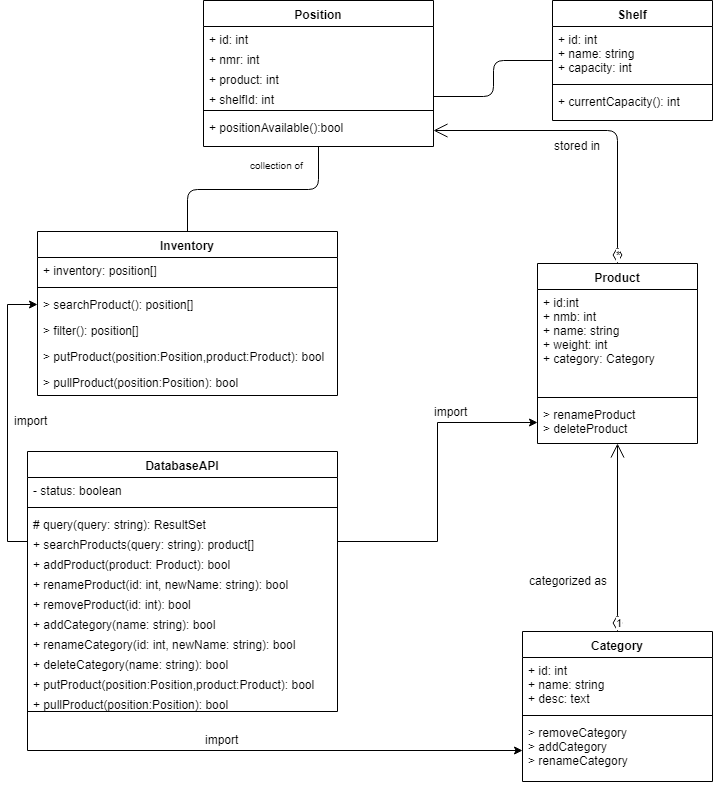
This is mockups/UML Klassendiagram.png from callidaria/pen-testing, a draw.io export, as it was before one commit. Source tidied: cells renumbered, new cells last; positions are measured from the earlier drawing's top-left corner, leaving out a move shared by most shapes. The source it was exported from:
```xml
<mxGraphModel>
  <root>
    <mxCell id="0" />
    <mxCell id="1" parent="0" />
    <mxCell id="2" value="Shelf" style="swimlane;fontStyle=1;align=center;verticalAlign=top;horizontal=1;startSize=26;" parent="1" vertex="1">
      <mxGeometry x="540" width="160" height="120" as="geometry" />
    </mxCell>
    <mxCell id="3" value="+ id: int&#10;+ name: string&#10;+ capacity: int" style="text;strokeColor=none;fillColor=none;align=left;verticalAlign=top;spacingLeft=4;spacingRight=4;overflow=hidden;" parent="2" vertex="1">
      <mxGeometry y="26" width="160" height="54" as="geometry" />
    </mxCell>
    <mxCell id="4" style="line;strokeWidth=1;fillColor=none;align=left;verticalAlign=middle;spacingTop=-1;spacingLeft=3;spacingRight=3;labelPosition=right;" parent="2" vertex="1">
      <mxGeometry y="80" width="160" height="8" as="geometry" />
    </mxCell>
    <mxCell id="5" value="+ currentCapacity(): int" style="text;strokeColor=none;fillColor=none;align=left;verticalAlign=top;spacingLeft=4;spacingRight=4;overflow=hidden;" parent="2" vertex="1">
      <mxGeometry y="88" width="160" height="32" as="geometry" />
    </mxCell>
    <mxCell id="6" value="Position" style="swimlane;fontStyle=1;align=center;verticalAlign=top;horizontal=1;startSize=26;" parent="1" vertex="1">
      <mxGeometry x="191" width="230" height="146" as="geometry" />
    </mxCell>
    <mxCell id="7" value="+ id: int" style="text;strokeColor=none;fillColor=none;align=left;verticalAlign=top;spacingLeft=4;spacingRight=4;overflow=hidden;" parent="6" vertex="1">
      <mxGeometry y="26" width="230" height="20" as="geometry" />
    </mxCell>
    <mxCell id="8" value="+ nmr: int" style="text;strokeColor=none;fillColor=none;align=left;verticalAlign=top;spacingLeft=4;spacingRight=4;overflow=hidden;" parent="6" vertex="1">
      <mxGeometry y="46" width="230" height="20" as="geometry" />
    </mxCell>
    <mxCell id="9" value="+ product: int" style="text;strokeColor=none;fillColor=none;align=left;verticalAlign=top;spacingLeft=4;spacingRight=4;overflow=hidden;" parent="6" vertex="1">
      <mxGeometry y="66" width="230" height="20" as="geometry" />
    </mxCell>
    <mxCell id="10" value="+ shelfId: int" style="text;strokeColor=none;fillColor=none;align=left;verticalAlign=top;spacingLeft=4;spacingRight=4;overflow=hidden;points=[[0,0.5],[1,0.5]];portConstraint=eastwest;" parent="6" vertex="1">
      <mxGeometry y="86" width="230" height="20" as="geometry" />
    </mxCell>
    <mxCell id="11" style="line;strokeWidth=1;fillColor=none;align=left;verticalAlign=middle;spacingTop=-1;spacingLeft=3;spacingRight=3;labelPosition=right;" parent="6" vertex="1">
      <mxGeometry y="106" width="230" height="8" as="geometry" />
    </mxCell>
    <mxCell id="12" value="+ positionAvailable():bool" style="text;strokeColor=none;fillColor=none;align=left;verticalAlign=top;spacingLeft=4;spacingRight=4;overflow=hidden;points=[[0,0.5],[1,0.5]];portConstraint=eastwest;" parent="6" vertex="1">
      <mxGeometry y="114" width="230" height="32" as="geometry" />
    </mxCell>
    <mxCell id="13" value="Product" style="swimlane;fontStyle=1;align=center;verticalAlign=top;horizontal=1;startSize=26;" parent="1" vertex="1">
      <mxGeometry x="525" y="263" width="160" height="180" as="geometry" />
    </mxCell>
    <mxCell id="14" value="+ id:int&#10;+ nmb: int&#10;+ name: string&#10;+ weight: int&#10;+ category: Category" style="text;strokeColor=none;fillColor=none;align=left;verticalAlign=top;spacingLeft=4;spacingRight=4;overflow=hidden;" parent="13" vertex="1">
      <mxGeometry y="26" width="160" height="104" as="geometry" />
    </mxCell>
    <mxCell id="15" style="line;strokeWidth=1;fillColor=none;align=left;verticalAlign=middle;spacingTop=-1;spacingLeft=3;spacingRight=3;labelPosition=right;" parent="13" vertex="1">
      <mxGeometry y="130" width="160" height="8" as="geometry" />
    </mxCell>
    <mxCell id="16" value="&gt; renameProduct&#10;&gt; deleteProduct" style="text;strokeColor=none;fillColor=none;align=left;verticalAlign=top;spacingLeft=4;spacingRight=4;overflow=hidden;points=[[0,0.5],[1,0.5]];portConstraint=eastwest;" parent="13" vertex="1">
      <mxGeometry y="138" width="160" height="42" as="geometry" />
    </mxCell>
    <mxCell id="17" value="Category" style="swimlane;fontStyle=1;align=center;verticalAlign=top;horizontal=1;startSize=26;" parent="1" vertex="1">
      <mxGeometry x="510" y="631" width="190" height="150" as="geometry" />
    </mxCell>
    <mxCell id="18" value="+ id: int&#10;+ name: string&#10;+ desc: text" style="text;strokeColor=none;fillColor=none;align=left;verticalAlign=top;spacingLeft=4;spacingRight=4;overflow=hidden;" parent="17" vertex="1">
      <mxGeometry y="26" width="190" height="54" as="geometry" />
    </mxCell>
    <mxCell id="19" style="line;strokeWidth=1;fillColor=none;align=left;verticalAlign=middle;spacingTop=-1;spacingLeft=3;spacingRight=3;labelPosition=right;" parent="17" vertex="1">
      <mxGeometry y="80" width="190" height="8" as="geometry" />
    </mxCell>
    <mxCell id="20" value="&gt; removeCategory&#10;&gt; addCategory&#10;&gt; renameCategory" style="text;strokeColor=none;fillColor=none;align=left;verticalAlign=top;spacingLeft=4;spacingRight=4;overflow=hidden;points=[[0,0.5],[1,0.5]];portConstraint=eastwest;" parent="17" vertex="1">
      <mxGeometry y="88" width="190" height="62" as="geometry" />
    </mxCell>
    <mxCell id="21" value="categorized as" style="text;html=1;align=left;verticalAlign=top;spacingTop=-4;" parent="1" vertex="1">
      <mxGeometry x="515" y="571" width="90" height="20" as="geometry" />
    </mxCell>
    <mxCell id="22" style="edgeStyle=orthogonalEdgeStyle;rounded=0;jettySize=auto;html=1;exitX=0;exitY=0.5;exitDx=0;exitDy=0;entryX=0;entryY=0.5;entryDx=0;entryDy=0;" parent="1" edge="1" source="27" target="43">
      <mxGeometry relative="1" as="geometry" />
    </mxCell>
    <mxCell id="23" value="DatabaseAPI" style="swimlane;fontStyle=1;align=center;verticalAlign=top;horizontal=1;startSize=26;" parent="1" vertex="1">
      <mxGeometry x="15" y="451" width="310" height="260" as="geometry" />
    </mxCell>
    <mxCell id="24" value="- status: boolean" style="text;strokeColor=none;fillColor=none;align=left;verticalAlign=top;spacingLeft=4;spacingRight=4;overflow=hidden;" parent="23" vertex="1">
      <mxGeometry y="26" width="310" height="26" as="geometry" />
    </mxCell>
    <mxCell id="25" style="line;strokeWidth=1;fillColor=none;align=left;verticalAlign=middle;spacingTop=-1;spacingLeft=3;spacingRight=3;labelPosition=right;" parent="23" vertex="1">
      <mxGeometry y="52" width="310" height="8" as="geometry" />
    </mxCell>
    <mxCell id="26" value="# query(query: string): ResultSet" style="text;strokeColor=none;fillColor=none;align=left;verticalAlign=top;spacingLeft=4;spacingRight=4;overflow=hidden;" parent="23" vertex="1">
      <mxGeometry y="60" width="310" height="20" as="geometry" />
    </mxCell>
    <mxCell id="27" value="+ searchProducts(query: string): product[]" style="text;strokeColor=none;fillColor=none;align=left;verticalAlign=top;spacingLeft=4;spacingRight=4;overflow=hidden;points=[[0,0.5],[1,0.5]];portConstraint=eastwest;" parent="23" vertex="1">
      <mxGeometry y="80" width="310" height="20" as="geometry" />
    </mxCell>
    <mxCell id="28" value="+ addProduct(product: Product): bool" style="text;strokeColor=none;fillColor=none;align=left;verticalAlign=top;spacingLeft=4;spacingRight=4;overflow=hidden;" parent="23" vertex="1">
      <mxGeometry y="100" width="310" height="20" as="geometry" />
    </mxCell>
    <mxCell id="29" value="+ renameProduct(id: int, newName: string): bool" style="text;strokeColor=none;fillColor=none;align=left;verticalAlign=top;spacingLeft=4;spacingRight=4;overflow=hidden;" parent="23" vertex="1">
      <mxGeometry y="120" width="310" height="20" as="geometry" />
    </mxCell>
    <mxCell id="30" value="+ removeProduct(id: int): bool" style="text;strokeColor=none;fillColor=none;align=left;verticalAlign=top;spacingLeft=4;spacingRight=4;overflow=hidden;" parent="23" vertex="1">
      <mxGeometry y="140" width="310" height="20" as="geometry" />
    </mxCell>
    <mxCell id="31" value="+ addCategory(name: string): bool" style="text;strokeColor=none;fillColor=none;align=left;verticalAlign=top;spacingLeft=4;spacingRight=4;overflow=hidden;" parent="23" vertex="1">
      <mxGeometry y="160" width="310" height="20" as="geometry" />
    </mxCell>
    <mxCell id="32" value="+ renameCategory(id: int, newName: string): bool" style="text;strokeColor=none;fillColor=none;align=left;verticalAlign=top;spacingLeft=4;spacingRight=4;overflow=hidden;" parent="23" vertex="1">
      <mxGeometry y="180" width="310" height="20" as="geometry" />
    </mxCell>
    <mxCell id="33" value="+ deleteCategory(name: string): bool" style="text;strokeColor=none;fillColor=none;align=left;verticalAlign=top;spacingLeft=4;spacingRight=4;overflow=hidden;" parent="23" vertex="1">
      <mxGeometry y="200" width="310" height="20" as="geometry" />
    </mxCell>
    <mxCell id="34" value="+ putProduct(position:Position,product:Product): bool" style="text;strokeColor=none;fillColor=none;align=left;verticalAlign=top;spacingLeft=4;spacingRight=4;overflow=hidden;" parent="23" vertex="1">
      <mxGeometry y="220" width="310" height="20" as="geometry" />
    </mxCell>
    <mxCell id="35" value="+ pullProduct(position:Position): bool" style="text;strokeColor=none;fillColor=none;align=left;verticalAlign=top;spacingLeft=4;spacingRight=4;overflow=hidden;" parent="23" vertex="1">
      <mxGeometry y="240" width="310" height="20" as="geometry" />
    </mxCell>
    <mxCell id="36" value="*" style="endArrow=open;html=1;endSize=12;startArrow=diamondThin;startSize=14;startFill=0;edgeStyle=orthogonalEdgeStyle;align=left;verticalAlign=bottom;exitX=0.5;exitY=0;exitDx=0;exitDy=0;" parent="1" edge="1" source="13" target="12">
      <mxGeometry x="-1" y="3" relative="1" as="geometry" />
    </mxCell>
    <mxCell id="37" value="1" style="endArrow=open;html=1;endSize=12;startArrow=diamondThin;startSize=14;startFill=0;edgeStyle=orthogonalEdgeStyle;align=left;verticalAlign=bottom;" parent="1" edge="1" source="17" target="13">
      <mxGeometry x="-1" y="3" relative="1" as="geometry" />
    </mxCell>
    <mxCell id="38" style="endArrow=none;html=1;edgeStyle=orthogonalEdgeStyle;" parent="1" edge="1" source="2" target="10">
      <mxGeometry relative="1" as="geometry" />
    </mxCell>
    <mxCell id="39" value="stored in" style="text;html=1;align=left;verticalAlign=top;spacingTop=-4;" parent="1" vertex="1">
      <mxGeometry x="540" y="136" width="60" height="20" as="geometry" />
    </mxCell>
    <mxCell id="40" value="Inventory" style="swimlane;fontStyle=1;align=center;verticalAlign=top;horizontal=1;startSize=26;" parent="1" vertex="1">
      <mxGeometry x="25" y="231" width="300" height="164" as="geometry" />
    </mxCell>
    <mxCell id="41" value="+ inventory: position[]" style="text;strokeColor=none;fillColor=none;align=left;verticalAlign=top;spacingLeft=4;spacingRight=4;overflow=hidden;" parent="40" vertex="1">
      <mxGeometry y="26" width="300" height="26" as="geometry" />
    </mxCell>
    <mxCell id="42" style="line;strokeWidth=1;fillColor=none;align=left;verticalAlign=middle;spacingTop=-1;spacingLeft=3;spacingRight=3;labelPosition=right;" parent="40" vertex="1">
      <mxGeometry y="52" width="300" height="8" as="geometry" />
    </mxCell>
    <mxCell id="43" value="&gt; searchProduct(): position[]" style="text;strokeColor=none;fillColor=none;align=left;verticalAlign=top;spacingLeft=4;spacingRight=4;overflow=hidden;points=[[0,0.5],[1,0.5]];portConstraint=eastwest;" parent="40" vertex="1">
      <mxGeometry y="60" width="300" height="26" as="geometry" />
    </mxCell>
    <mxCell id="44" value="&gt; filter(): position[]" style="text;strokeColor=none;fillColor=none;align=left;verticalAlign=top;spacingLeft=4;spacingRight=4;overflow=hidden;" parent="40" vertex="1">
      <mxGeometry y="86" width="300" height="26" as="geometry" />
    </mxCell>
    <mxCell id="45" value="&gt; putProduct(position:Position,product:Product): bool" style="text;strokeColor=none;fillColor=none;align=left;verticalAlign=top;spacingLeft=4;spacingRight=4;overflow=hidden;" parent="40" vertex="1">
      <mxGeometry y="112" width="300" height="26" as="geometry" />
    </mxCell>
    <mxCell id="46" value="&gt; pullProduct(position:Position): bool" style="text;strokeColor=none;fillColor=none;align=left;verticalAlign=top;spacingLeft=4;spacingRight=4;overflow=hidden;" parent="40" vertex="1">
      <mxGeometry y="138" width="300" height="26" as="geometry" />
    </mxCell>
    <mxCell id="47" style="endArrow=none;html=1;edgeStyle=orthogonalEdgeStyle;exitX=0.5;exitY=0;exitDx=0;exitDy=0;" parent="1" edge="1" source="40" target="6">
      <mxGeometry relative="1" as="geometry" />
    </mxCell>
    <mxCell id="48" value="collection of" style="html=1;align=left;verticalAlign=bottom;labelBackgroundColor=#ffffff;fontSize=10;" parent="47" vertex="1">
      <mxGeometry x="-1" relative="1" as="geometry">
        <mxPoint x="60" y="-58.5" as="offset" />
      </mxGeometry>
    </mxCell>
    <mxCell id="49" style="html=1;align=right;verticalAlign=bottom;labelBackgroundColor=#ffffff;fontSize=10;" parent="47" vertex="1">
      <mxGeometry x="1" relative="1" as="geometry" />
    </mxCell>
    <mxCell id="50" value="import" style="text;html=1;align=left;verticalAlign=top;spacingTop=-4;" parent="1" vertex="1">
      <mxGeometry y="411" width="50" height="20" as="geometry" />
    </mxCell>
    <mxCell id="51" style="edgeStyle=orthogonalEdgeStyle;rounded=0;jettySize=auto;html=1;exitX=1;exitY=0.5;exitDx=0;exitDy=0;" parent="1" edge="1" source="27" target="16">
      <mxGeometry relative="1" as="geometry" />
    </mxCell>
    <mxCell id="52" value="import" style="text;html=1;align=left;verticalAlign=top;spacingTop=-4;" parent="1" vertex="1">
      <mxGeometry x="420" y="402" width="50" height="20" as="geometry" />
    </mxCell>
    <mxCell id="53" style="edgeStyle=orthogonalEdgeStyle;rounded=0;jettySize=auto;html=1;exitX=0;exitY=0.5;exitDx=0;exitDy=0;" parent="1" edge="1" target="20">
      <mxGeometry relative="1" as="geometry">
        <mxPoint x="15" y="621" as="sourcePoint" />
      </mxGeometry>
    </mxCell>
    <mxCell id="54" value="import" style="text;html=1;align=left;verticalAlign=top;spacingTop=-4;" parent="1" vertex="1">
      <mxGeometry x="191" y="730" width="50" height="20" as="geometry" />
    </mxCell>
  </root>
</mxGraphModel>
```
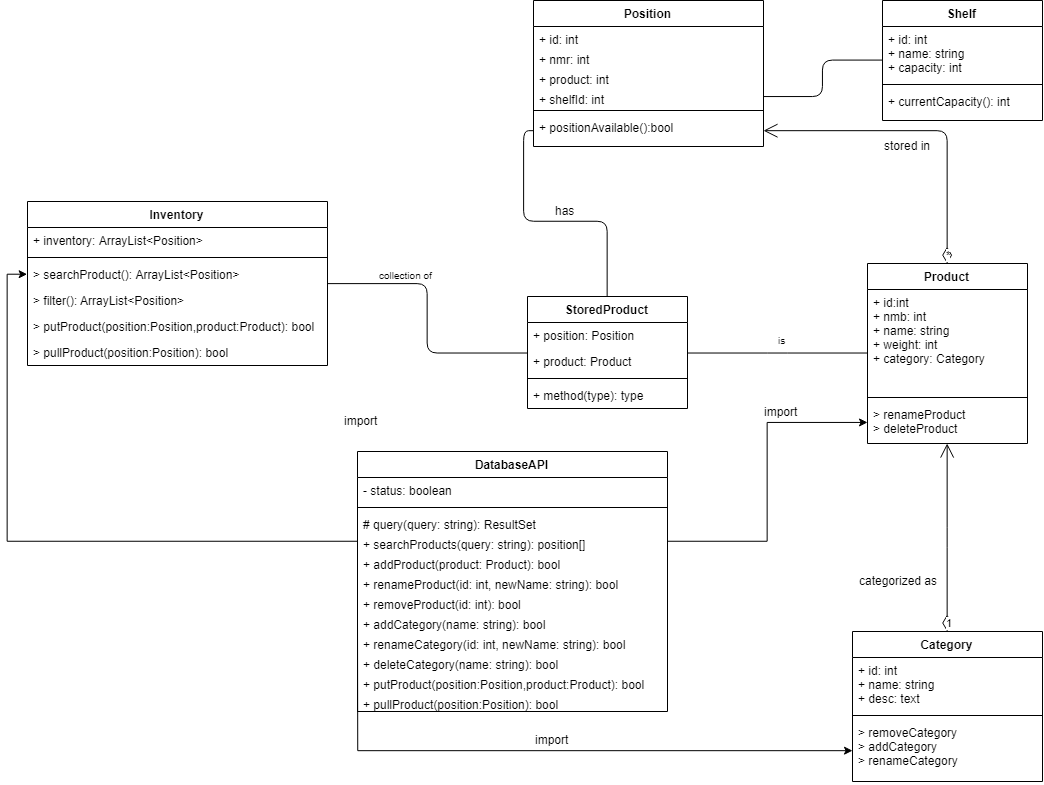
Above is the later version.

Commit message:
DB_Schema updated UML KD updated Database Class work in progress (added some basic methodes) Position Class added

What changed in the source:
```diff
@@ -77,7 +77,7 @@
     <mxCell id="26" value="# query(query: string): ResultSet" style="text;strokeColor=none;fillColor=none;align=left;verticalAlign=top;spacingLeft=4;spacingRight=4;overflow=hidden;" parent="23" vertex="1">
       <mxGeometry y="60" width="310" height="20" as="geometry" />
     </mxCell>
-    <mxCell id="27" value="+ searchProducts(query: string): product[]" style="text;strokeColor=none;fillColor=none;align=left;verticalAlign=top;spacingLeft=4;spacingRight=4;overflow=hidden;points=[[0,0.5],[1,0.5]];portConstraint=eastwest;" parent="23" vertex="1">
+    <mxCell id="27" value="+ searchProducts(query: string): position[]" style="text;strokeColor=none;fillColor=none;align=left;verticalAlign=top;spacingLeft=4;spacingRight=4;overflow=hidden;points=[[0,0.5],[1,0.5]];portConstraint=eastwest;" parent="23" vertex="1">
       <mxGeometry y="80" width="310" height="20" as="geometry" />
     </mxCell>
     <mxCell id="28" value="+ addProduct(product: Product): bool" style="text;strokeColor=none;fillColor=none;align=left;verticalAlign=top;spacingLeft=4;spacingRight=4;overflow=hidden;" parent="23" vertex="1">
@@ -117,18 +117,18 @@
       <mxGeometry x="540" y="136" width="60" height="20" as="geometry" />
     </mxCell>
     <mxCell id="40" value="Inventory" style="swimlane;fontStyle=1;align=center;verticalAlign=top;horizontal=1;startSize=26;" parent="1" vertex="1">
-      <mxGeometry x="25" y="231" width="300" height="164" as="geometry" />
+      <mxGeometry x="-315" y="201" width="300" height="164" as="geometry" />
     </mxCell>
-    <mxCell id="41" value="+ inventory: position[]" style="text;strokeColor=none;fillColor=none;align=left;verticalAlign=top;spacingLeft=4;spacingRight=4;overflow=hidden;" parent="40" vertex="1">
+    <mxCell id="41" value="+ inventory: ArrayList&lt;Position&gt;" style="text;strokeColor=none;fillColor=none;align=left;verticalAlign=top;spacingLeft=4;spacingRight=4;overflow=hidden;" parent="40" vertex="1">
       <mxGeometry y="26" width="300" height="26" as="geometry" />
     </mxCell>
     <mxCell id="42" style="line;strokeWidth=1;fillColor=none;align=left;verticalAlign=middle;spacingTop=-1;spacingLeft=3;spacingRight=3;labelPosition=right;" parent="40" vertex="1">
       <mxGeometry y="52" width="300" height="8" as="geometry" />
     </mxCell>
-    <mxCell id="43" value="&gt; searchProduct(): position[]" style="text;strokeColor=none;fillColor=none;align=left;verticalAlign=top;spacingLeft=4;spacingRight=4;overflow=hidden;points=[[0,0.5],[1,0.5]];portConstraint=eastwest;" parent="40" vertex="1">
+    <mxCell id="43" value="&gt; searchProduct(): ArrayList&lt;Position&gt;" style="text;strokeColor=none;fillColor=none;align=left;verticalAlign=top;spacingLeft=4;spacingRight=4;overflow=hidden;points=[[0,0.5],[1,0.5]];portConstraint=eastwest;" parent="40" vertex="1">
       <mxGeometry y="60" width="300" height="26" as="geometry" />
     </mxCell>
-    <mxCell id="44" value="&gt; filter(): position[]" style="text;strokeColor=none;fillColor=none;align=left;verticalAlign=top;spacingLeft=4;spacingRight=4;overflow=hidden;" parent="40" vertex="1">
+    <mxCell id="44" value="&gt; filter(): ArrayList&lt;Position&gt;" style="text;strokeColor=none;fillColor=none;align=left;verticalAlign=top;spacingLeft=4;spacingRight=4;overflow=hidden;" parent="40" vertex="1">
       <mxGeometry y="86" width="300" height="26" as="geometry" />
     </mxCell>
     <mxCell id="45" value="&gt; putProduct(position:Position,product:Product): bool" style="text;strokeColor=none;fillColor=none;align=left;verticalAlign=top;spacingLeft=4;spacingRight=4;overflow=hidden;" parent="40" vertex="1">
@@ -137,17 +137,6 @@
     <mxCell id="46" value="&gt; pullProduct(position:Position): bool" style="text;strokeColor=none;fillColor=none;align=left;verticalAlign=top;spacingLeft=4;spacingRight=4;overflow=hidden;" parent="40" vertex="1">
       <mxGeometry y="138" width="300" height="26" as="geometry" />
     </mxCell>
-    <mxCell id="47" style="endArrow=none;html=1;edgeStyle=orthogonalEdgeStyle;exitX=0.5;exitY=0;exitDx=0;exitDy=0;" parent="1" edge="1" source="40" target="6">
-      <mxGeometry relative="1" as="geometry" />
-    </mxCell>
-    <mxCell id="48" value="collection of" style="html=1;align=left;verticalAlign=bottom;labelBackgroundColor=#ffffff;fontSize=10;" parent="47" vertex="1">
-      <mxGeometry x="-1" relative="1" as="geometry">
-        <mxPoint x="60" y="-58.5" as="offset" />
-      </mxGeometry>
-    </mxCell>
-    <mxCell id="49" style="html=1;align=right;verticalAlign=bottom;labelBackgroundColor=#ffffff;fontSize=10;" parent="47" vertex="1">
-      <mxGeometry x="1" relative="1" as="geometry" />
-    </mxCell>
     <mxCell id="50" value="import" style="text;html=1;align=left;verticalAlign=top;spacingTop=-4;" parent="1" vertex="1">
       <mxGeometry y="411" width="50" height="20" as="geometry" />
     </mxCell>
@@ -165,5 +154,42 @@
     <mxCell id="54" value="import" style="text;html=1;align=left;verticalAlign=top;spacingTop=-4;" parent="1" vertex="1">
       <mxGeometry x="191" y="730" width="50" height="20" as="geometry" />
     </mxCell>
+    <mxCell id="55" value="StoredProduct" style="swimlane;fontStyle=1;align=center;verticalAlign=top;horizontal=1;startSize=26;" parent="1" vertex="1">
+      <mxGeometry x="185" y="296" width="160" height="112" as="geometry" />
+    </mxCell>
+    <mxCell id="56" value="+ position: Position" style="text;strokeColor=none;fillColor=none;align=left;verticalAlign=top;spacingLeft=4;spacingRight=4;overflow=hidden;" parent="55" vertex="1">
+      <mxGeometry y="26" width="160" height="26" as="geometry" />
+    </mxCell>
+    <mxCell id="57" value="+ product: Product" style="text;strokeColor=none;fillColor=none;align=left;verticalAlign=top;spacingLeft=4;spacingRight=4;overflow=hidden;" parent="55" vertex="1">
+      <mxGeometry y="52" width="160" height="26" as="geometry" />
+    </mxCell>
+    <mxCell id="58" style="line;strokeWidth=1;fillColor=none;align=left;verticalAlign=middle;spacingTop=-1;spacingLeft=3;spacingRight=3;labelPosition=right;" parent="55" vertex="1">
+      <mxGeometry y="78" width="160" height="8" as="geometry" />
+    </mxCell>
+    <mxCell id="59" value="+ method(type): type" style="text;strokeColor=none;fillColor=none;align=left;verticalAlign=top;spacingLeft=4;spacingRight=4;overflow=hidden;" parent="55" vertex="1">
+      <mxGeometry y="86" width="160" height="26" as="geometry" />
+    </mxCell>
+    <mxCell id="60" style="endArrow=none;html=1;edgeStyle=orthogonalEdgeStyle;" parent="1" edge="1" source="40" target="55">
+      <mxGeometry relative="1" as="geometry" />
+    </mxCell>
+    <mxCell id="48" value="collection of" style="html=1;align=left;verticalAlign=bottom;labelBackgroundColor=#ffffff;fontSize=10;" parent="60" vertex="1">
+      <mxGeometry x="-1" relative="1" as="geometry">
+        <mxPoint x="50" as="offset" />
+      </mxGeometry>
+    </mxCell>
+    <mxCell id="61" style="endArrow=none;html=1;edgeStyle=orthogonalEdgeStyle;" parent="1" edge="1" source="55" target="12">
+      <mxGeometry relative="1" as="geometry" />
+    </mxCell>
+    <mxCell id="62" value="has" style="text;html=1;align=left;verticalAlign=top;spacingTop=-4;" parent="1" vertex="1">
+      <mxGeometry x="211" y="201" width="30" height="20" as="geometry" />
+    </mxCell>
+    <mxCell id="63" style="endArrow=none;html=1;edgeStyle=orthogonalEdgeStyle;" parent="1" edge="1" source="55" target="13">
+      <mxGeometry relative="1" as="geometry" />
+    </mxCell>
+    <mxCell id="64" value="is" style="html=1;align=right;verticalAlign=bottom;labelBackgroundColor=#ffffff;fontSize=10;" parent="63" vertex="1">
+      <mxGeometry x="1" relative="1" as="geometry">
+        <mxPoint x="-80" y="-5" as="offset" />
+      </mxGeometry>
+    </mxCell>
   </root>
 </mxGraphModel>
```
